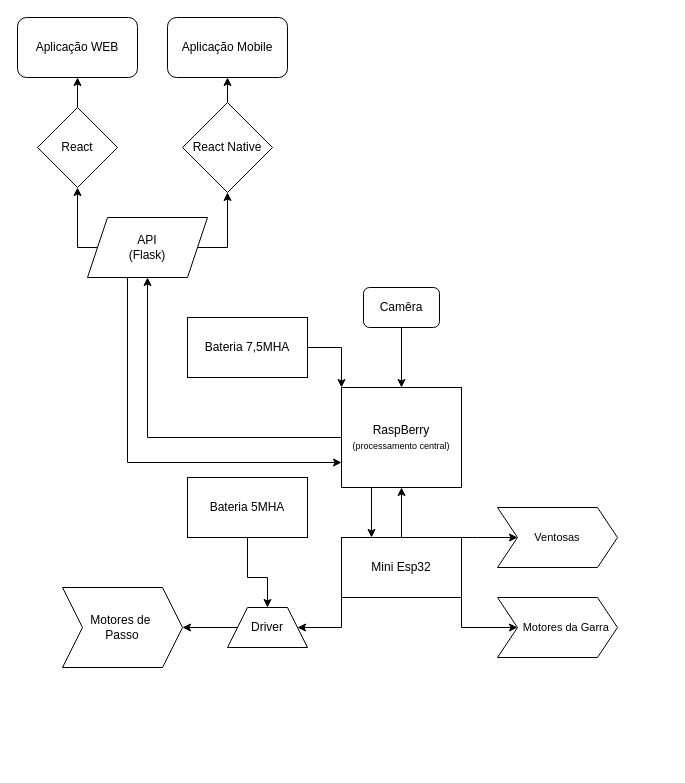
Earlier version of the draw.io diagram Arquivos/fluxograma/Untitled Diagram.drawio (Vcp290907/AGV-MaQ). Source tidied: cells renumbered, new cells numbered last; positions are measured from the earlier drawing's top-left corner, leaving out a move shared by most shapes. Both pictures are drawn from the tidied source at 100%, with x=0, y=0 at pixel (17, 17).
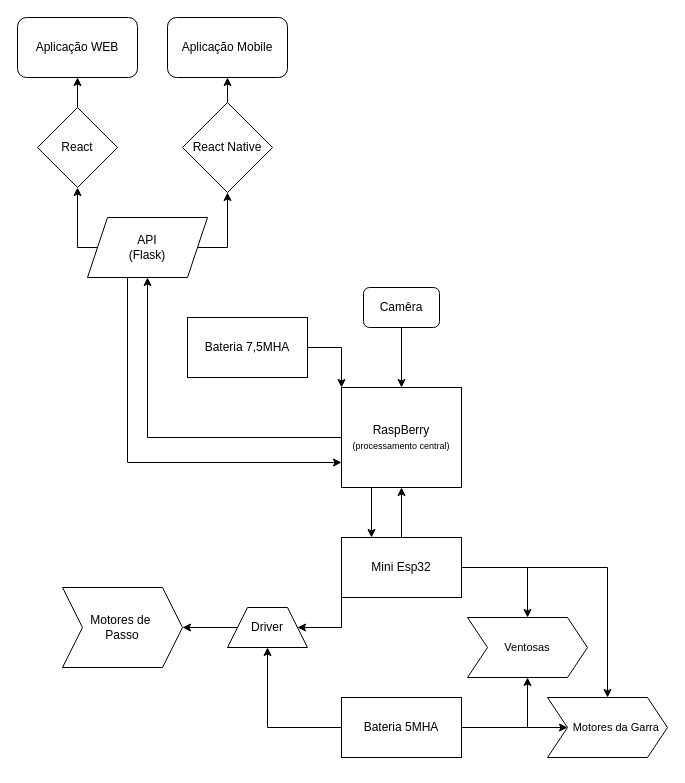
After the change.

The change refers to these unchanged cells:
```xml
<mxCell id="19" value="Mini Esp32" style="rounded=0;whiteSpace=wrap;html=1;" parent="1" vertex="1">
  <mxGeometry x="324" y="520" width="120" height="60" as="geometry" />
</mxCell>
<mxCell id="25" value="Driver" style="shape=trapezoid;perimeter=trapezoidPerimeter;whiteSpace=wrap;html=1;fixedSize=1;" parent="1" vertex="1">
  <mxGeometry x="210" y="590" width="80" height="40" as="geometry" />
</mxCell>
```

The edit, as a diff of the source:
```diff
@@
+    <mxCell id="18" style="edgeStyle=orthogonalEdgeStyle;rounded=0;jettySize=auto;html=1;exitX=1;exitY=0.5;exitDx=0;exitDy=0;" parent="1" edge="1" source="19" target="30">
+      <mxGeometry relative="1" as="geometry" />
+    </mxCell>
-    <mxCell id="17" style="edgeStyle=orthogonalEdgeStyle;rounded=0;jettySize=auto;html=1;exitX=1;exitY=1;exitDx=0;exitDy=0;" parent="1" edge="1" source="19" target="29">
+    <mxCell id="17" style="edgeStyle=orthogonalEdgeStyle;rounded=0;jettySize=auto;html=1;exitX=1;exitY=0.5;exitDx=0;exitDy=0;entryX=0.5;entryY=0;entryDx=0;entryDy=0;" parent="1" edge="1" source="19" target="29">
       <mxGeometry relative="1" as="geometry" />
     </mxCell>
-    <mxCell id="18" style="edgeStyle=orthogonalEdgeStyle;rounded=0;jettySize=auto;html=1;exitX=1;exitY=0;exitDx=0;exitDy=0;" parent="1" edge="1" source="19" target="30">
-      <mxGeometry relative="1" as="geometry">
-        <Array as="points">
-          <mxPoint x="460" y="520" />
-          <mxPoint x="460" y="520" />
-        </Array>
-      </mxGeometry>
-    </mxCell>
@@
     <mxCell id="20" style="edgeStyle=orthogonalEdgeStyle;rounded=0;jettySize=auto;html=1;exitX=0.5;exitY=1;exitDx=0;exitDy=0;" parent="1" edge="1" source="21" target="25">
       <mxGeometry relative="1" as="geometry">
         <Array as="points">
-          <mxPoint x="230" y="560" />
-          <mxPoint x="250" y="560" />
+          <mxPoint x="384" y="710" />
+          <mxPoint x="250" y="710" />
         </Array>
       </mxGeometry>
     </mxCell>
+    <mxCell id="31" style="edgeStyle=orthogonalEdgeStyle;rounded=0;jettySize=auto;html=1;exitX=1;exitY=0.5;exitDx=0;exitDy=0;entryX=0;entryY=0.5;entryDx=0;entryDy=0;" parent="1" edge="1" source="21" target="29">
+      <mxGeometry relative="1" as="geometry">
+        <Array as="points">
+          <mxPoint x="500" y="710" />
+          <mxPoint x="500" y="710" />
+        </Array>
+      </mxGeometry>
+    </mxCell>
+    <mxCell id="32" style="edgeStyle=orthogonalEdgeStyle;rounded=0;jettySize=auto;html=1;exitX=1;exitY=0.5;exitDx=0;exitDy=0;entryX=0.5;entryY=1;entryDx=0;entryDy=0;" parent="1" edge="1" source="21" target="30">
+      <mxGeometry relative="1" as="geometry" />
+    </mxCell>
     <mxCell id="21" value="Bateria 5MHA" style="rounded=0;whiteSpace=wrap;html=1;" parent="1" vertex="1">
-      <mxGeometry x="170" y="460" width="120" height="60" as="geometry" />
+      <mxGeometry x="324" y="680" width="120" height="60" as="geometry" />
     </mxCell>
@@
     <mxCell id="29" value="&lt;font style=&quot;font-size: 11px;&quot;&gt;Motores da Garra&amp;nbsp;&amp;nbsp;&lt;/font&gt;" style="shape=step;perimeter=stepPerimeter;whiteSpace=wrap;html=1;fixedSize=1;align=right;" parent="1" vertex="1">
-      <mxGeometry x="480" y="580" width="120" height="60" as="geometry" />
+      <mxGeometry x="530" y="680" width="120" height="60" as="geometry" />
     </mxCell>
     <mxCell id="30" value="&lt;span style=&quot;font-size: 11px;&quot;&gt;Ventosas&lt;/span&gt;" style="shape=step;perimeter=stepPerimeter;whiteSpace=wrap;html=1;fixedSize=1;align=center;" parent="1" vertex="1">
-      <mxGeometry x="480" y="490" width="120" height="60" as="geometry" />
+      <mxGeometry x="450" y="600" width="120" height="60" as="geometry" />
     </mxCell>
```
